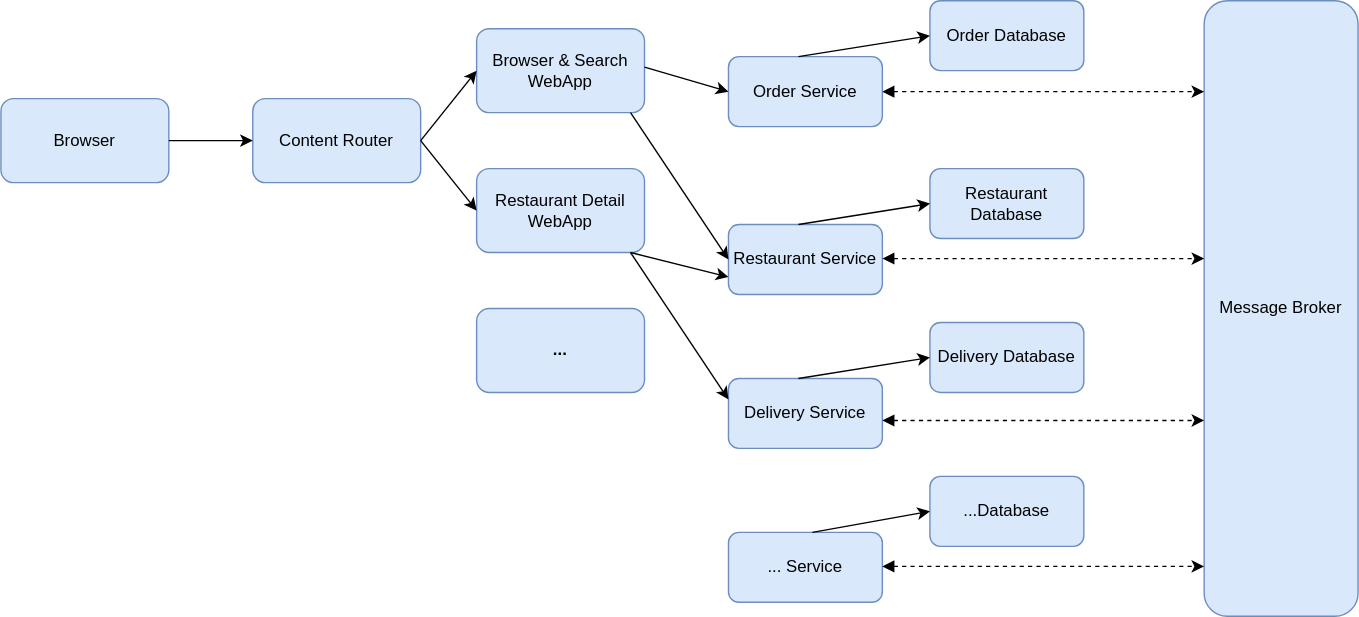
Earlier version of the draw.io export docs/microservice-architecture.svg (TomSpencerLondon/distributed-data-patterns). Source tidied: cells renumbered, new cells last; positions are measured from the earlier drawing's top-left corner, leaving out a move shared by most shapes.
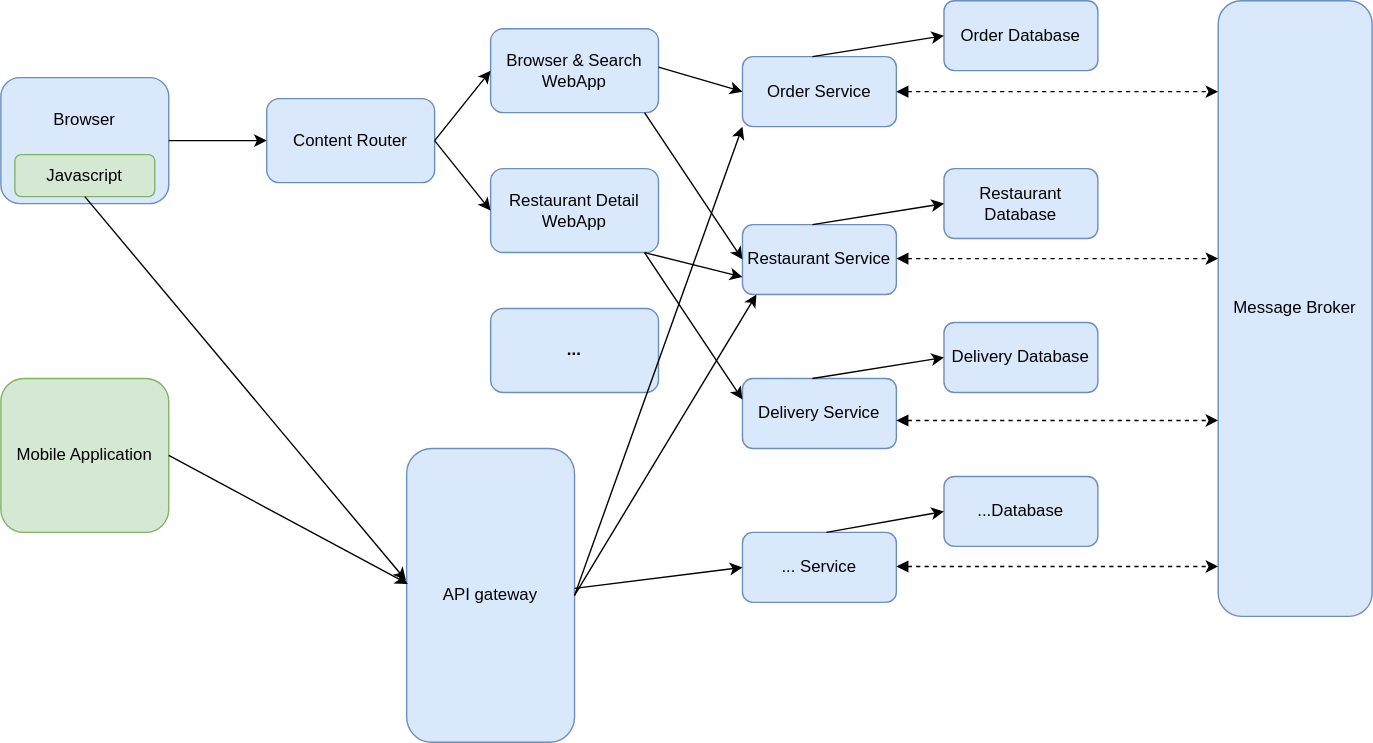
Above is the later version.

Commit message:
Edit diagram for architecture

Diff of the diagram source:
```diff
@@ -74,8 +74,8 @@
         <mxPoint x="664" y="25" as="targetPoint" />
       </mxGeometry>
     </mxCell>
-    <mxCell id="19" value="Browser" style="rounded=1;whiteSpace=wrap;html=1;fillColor=#dae8fc;strokeColor=#6c8ebf;" parent="1" vertex="1">
-      <mxGeometry y="70" width="120" height="60" as="geometry" />
+    <mxCell id="19" style="rounded=1;whiteSpace=wrap;html=1;fillColor=#dae8fc;strokeColor=#6c8ebf;" parent="1" vertex="1">
+      <mxGeometry x="-10" y="55" width="120" height="90" as="geometry" />
     </mxCell>
     <mxCell id="20" value="Content Router" style="rounded=1;whiteSpace=wrap;html=1;fillColor=#dae8fc;strokeColor=#6c8ebf;" parent="1" vertex="1">
       <mxGeometry x="180" y="70" width="120" height="60" as="geometry" />
@@ -110,10 +110,8 @@
         <mxPoint x="450" y="180" as="sourcePoint" />
       </mxGeometry>
     </mxCell>
-    <mxCell id="28" style="endArrow=classic;html=1;rounded=0;entryX=0;entryY=0.5;entryDx=0;entryDy=0;" parent="1" edge="1" target="20">
-      <mxGeometry relative="1" as="geometry">
-        <mxPoint x="120" y="100" as="sourcePoint" />
-      </mxGeometry>
+    <mxCell id="28" style="endArrow=classic;html=1;rounded=0;entryX=0;entryY=0.5;entryDx=0;entryDy=0;exitX=1;exitY=0.5;exitDx=0;exitDy=0;" parent="1" edge="1" source="19" target="20">
+      <mxGeometry relative="1" as="geometry" />
     </mxCell>
     <mxCell id="29" style="endArrow=classic;html=1;rounded=0;entryX=0;entryY=0.5;entryDx=0;entryDy=0;exitX=1;exitY=0.5;exitDx=0;exitDy=0;" parent="1" edge="1" source="20" target="22">
       <mxGeometry relative="1" as="geometry" />
@@ -123,5 +121,36 @@
         <mxPoint x="300" y="100" as="sourcePoint" />
       </mxGeometry>
     </mxCell>
+    <mxCell id="31" value="Javascript" style="rounded=1;whiteSpace=wrap;html=1;fillColor=#d5e8d4;strokeColor=#82b366;" parent="1" vertex="1">
+      <mxGeometry y="110" width="100" height="30" as="geometry" />
+    </mxCell>
+    <mxCell id="32" value="Browser" style="text;html=1;strokeColor=none;fillColor=none;align=center;verticalAlign=middle;whiteSpace=wrap;rounded=0;" parent="1" vertex="1">
+      <mxGeometry x="20" y="70" width="60" height="30" as="geometry" />
+    </mxCell>
+    <mxCell id="33" value="Mobile Application" style="rounded=1;whiteSpace=wrap;html=1;fillColor=#d5e8d4;strokeColor=#82b366;" parent="1" vertex="1">
+      <mxGeometry x="-10" y="270" width="120" height="110" as="geometry" />
+    </mxCell>
+    <mxCell id="34" value="API gateway" style="rounded=1;whiteSpace=wrap;html=1;fillColor=#dae8fc;strokeColor=#6c8ebf;" parent="1" vertex="1">
+      <mxGeometry x="280" y="320" width="120" height="210" as="geometry" />
+    </mxCell>
+    <mxCell id="35" style="endArrow=classic;html=1;rounded=0;exitX=0.5;exitY=1;exitDx=0;exitDy=0;entryX=-0.004;entryY=0.449;entryDx=0;entryDy=0;entryPerimeter=0;" parent="1" edge="1" source="31" target="34">
+      <mxGeometry relative="1" as="geometry" />
+    </mxCell>
+    <mxCell id="36" style="endArrow=classic;html=1;rounded=0;exitX=1;exitY=0.5;exitDx=0;exitDy=0;entryX=0.007;entryY=0.461;entryDx=0;entryDy=0;entryPerimeter=0;" parent="1" edge="1" source="33" target="34">
+      <mxGeometry relative="1" as="geometry" />
+    </mxCell>
+    <mxCell id="37" style="endArrow=classic;html=1;rounded=0;exitX=1;exitY=0.5;exitDx=0;exitDy=0;entryX=0;entryY=1;entryDx=0;entryDy=0;" parent="1" edge="1" source="34" target="2">
+      <mxGeometry relative="1" as="geometry" />
+    </mxCell>
+    <mxCell id="38" style="endArrow=classic;html=1;rounded=0;exitX=1;exitY=0.5;exitDx=0;exitDy=0;" parent="1" edge="1" source="34">
+      <mxGeometry relative="1" as="geometry">
+        <mxPoint x="530" y="210" as="targetPoint" />
+      </mxGeometry>
+    </mxCell>
+    <mxCell id="39" style="endArrow=classic;html=1;rounded=0;entryX=0;entryY=0.5;entryDx=0;entryDy=0;" parent="1" edge="1" target="8">
+      <mxGeometry relative="1" as="geometry">
+        <mxPoint x="400" y="420" as="sourcePoint" />
+      </mxGeometry>
+    </mxCell>
   </root>
 </mxGraphModel>
```
